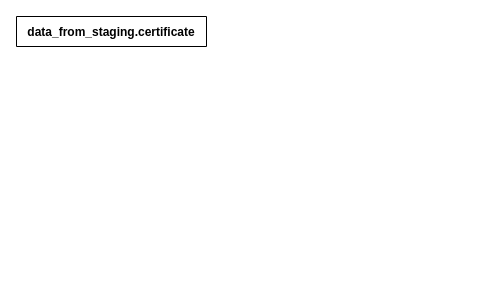
alabama-user-67/draw_io keeps this draw.io diagram as page "Ядро" (1 of 2) of Диаграмма без названия.drawio. Above is the earlier version. Source tidied: cells renumbered, new cells numbered last; positions are measured from the earlier drawing's top-left corner, leaving out a move shared by most shapes. Both pictures are drawn from the tidied source at 100%, with x=0, y=0 at pixel (16, 16).
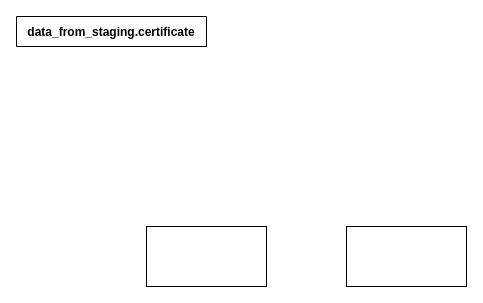
The same diagram, later.

Commit message:
add plugin tags

The edit, as a diff of the source:
```diff
@@
 <mxGraphModel>
   <root>
     <mxCell id="0" />
     <mxCell id="1" parent="0" />
     <mxCell id="2" value="data_from_staging.certificate" style="shape=table;startSize=30;childLayout=tableLayout;rowLines=0;fontStyle=1;align=center;" parent="1" vertex="1" collapsed="1">
       <mxGeometry width="190" height="30" as="geometry" />
     </mxCell>
+    <mxCell id="3" style="rounded=0;whiteSpace=wrap;html=1;" parent="1" vertex="1">
+      <mxGeometry x="130" y="210" width="120" height="60" as="geometry" />
+    </mxCell>
+    <mxCell id="4" style="rounded=0;whiteSpace=wrap;html=1;" parent="1" vertex="1">
+      <mxGeometry x="330" y="210" width="120" height="60" as="geometry" />
+    </mxCell>
   </root>
 </mxGraphModel>
```
